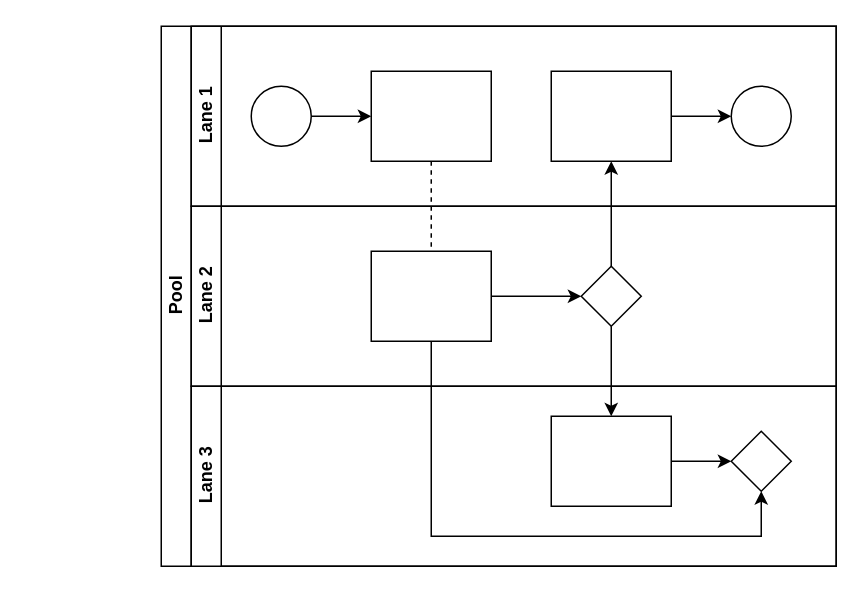
The draw.io diagram doc/Untitled Diagram.drawio in lovepoem/xxl-job, before the edit. Source tidied: cells renumbered, new cells numbered last; positions are measured from the earlier drawing's top-left corner, leaving out a move shared by most shapes. Both pictures are drawn from the tidied source at 150%, with x=0, y=0 at pixel (160, 26).
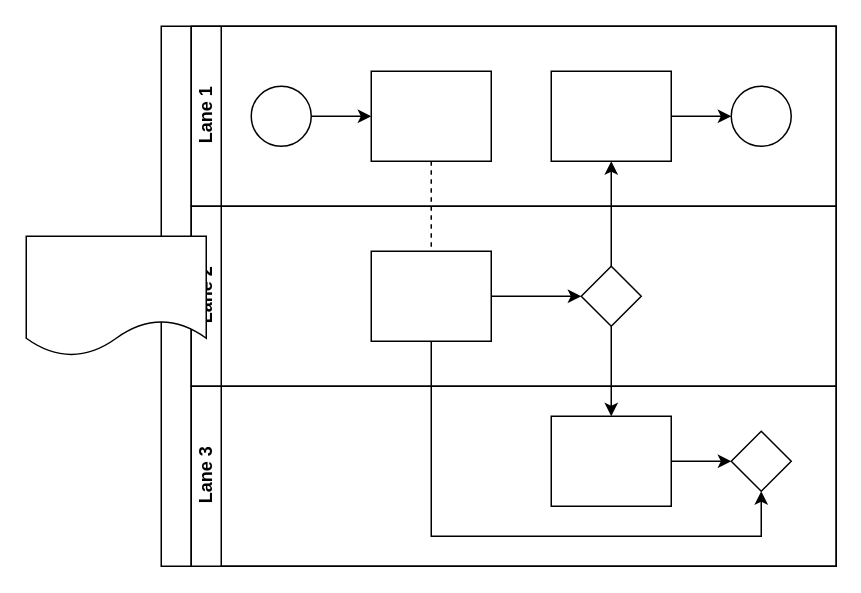
After the change.

Diff of the diagram source:
```diff
@@
+    <mxCell id="22" style="shape=document;whiteSpace=wrap;html=1;boundedLbl=1;" parent="1" vertex="1">
+      <mxGeometry x="-90" y="140" width="120" height="80" as="geometry" />
+    </mxCell>
```
